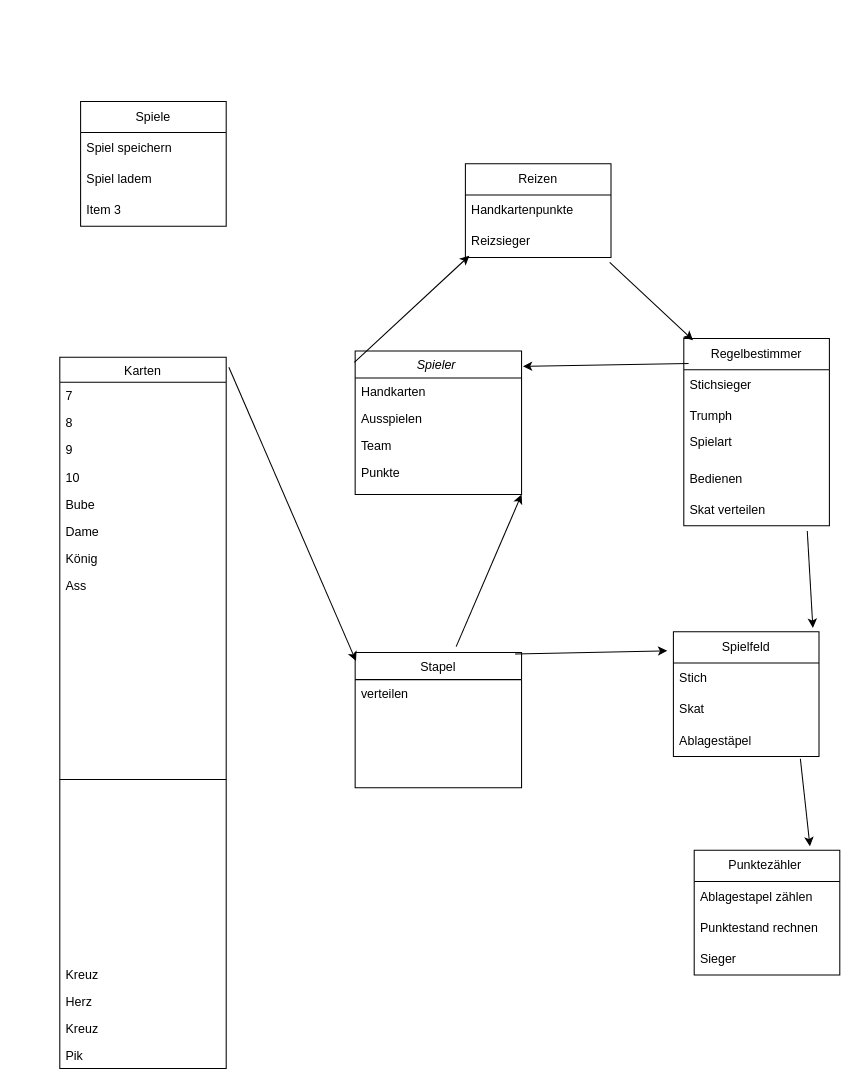
Above: Struktur.drawio in stefreschke/hwr-oop-project-template (draw.io), before the change. Source tidied: cells renumbered, new cells numbered last; positions are measured from the earlier drawing's top-left corner, leaving out a move shared by most shapes. Both pictures are drawn from the tidied source at 104%, with x=0, y=0 at pixel (59, 101).
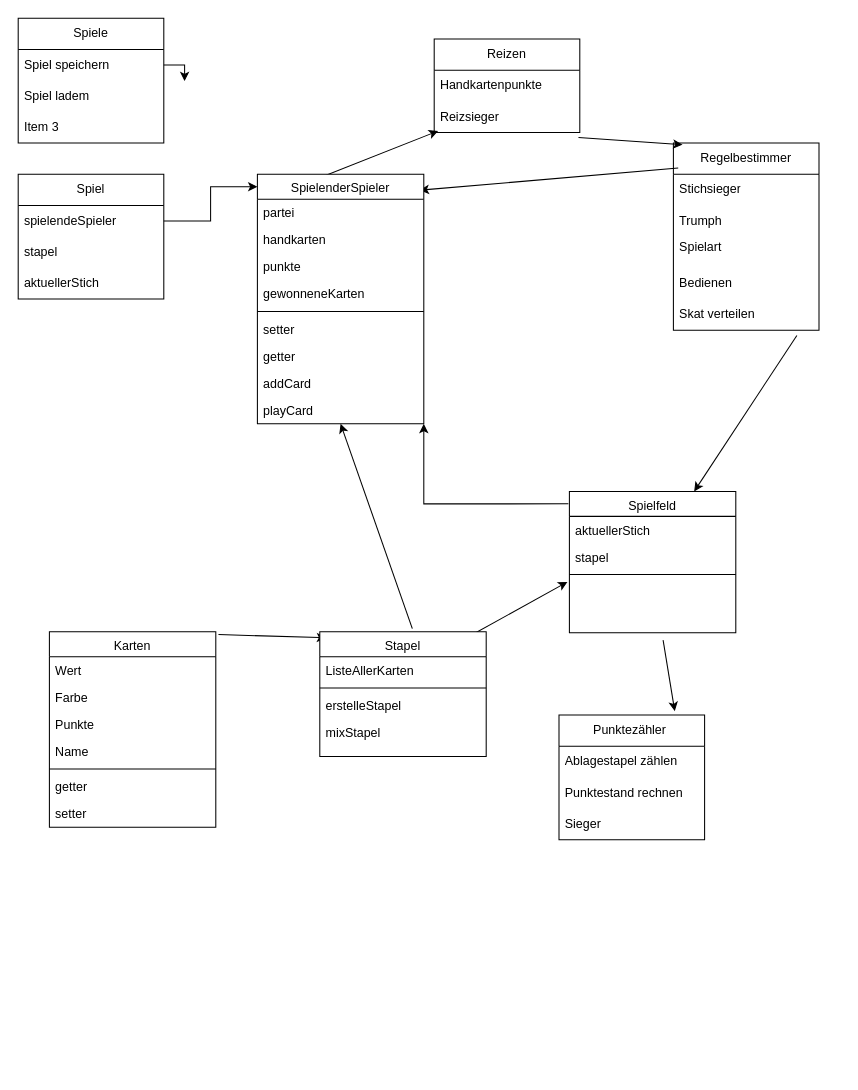
Above is the later version.

Commit message:
klassen verbessert

Unchanged cells that the change refers to:
```xml
<mxCell id="36" value="Skat verteilen" style="text;strokeColor=none;fillColor=none;align=left;verticalAlign=middle;spacingLeft=4;spacingRight=4;overflow=hidden;points=[[0,0.5],[1,0.5]];portConstraint=eastwest;whiteSpace=wrap;html=1;" parent="31" vertex="1">
  <mxGeometry y="150" width="140" height="30" as="geometry" />
</mxCell>
<mxCell id="39" value="Reizsieger" style="text;strokeColor=none;fillColor=none;align=left;verticalAlign=middle;spacingLeft=4;spacingRight=4;overflow=hidden;points=[[0,0.5],[1,0.5]];portConstraint=eastwest;whiteSpace=wrap;html=1;" parent="37" vertex="1">
  <mxGeometry y="60" width="140" height="30" as="geometry" />
</mxCell>
<mxCell id="49" value="Spiel speichern" style="text;strokeColor=none;fillColor=none;align=left;verticalAlign=middle;spacingLeft=4;spacingRight=4;overflow=hidden;points=[[0,0.5],[1,0.5]];portConstraint=eastwest;whiteSpace=wrap;html=1;" parent="48" vertex="1">
  <mxGeometry y="30" width="140" height="30" as="geometry" />
</mxCell>
```

Diff of the diagram source:
```diff
@@
-    <mxCell id="2" value="Spieler " style="swimlane;fontStyle=2;align=center;verticalAlign=top;horizontal=1;startSize=26;rounded=0;shadow=0;strokeWidth=1;" parent="1" vertex="1">
-      <mxGeometry x="284" y="240" width="160" height="138" as="geometry" />
-    </mxCell>
-    <mxCell id="3" value="Handkarten" style="text;align=left;verticalAlign=top;spacingLeft=4;spacingRight=4;overflow=hidden;" parent="2" vertex="1">
-      <mxGeometry y="26" width="160" height="26" as="geometry" />
-    </mxCell>
-    <mxCell id="4" value="Ausspielen" style="text;align=left;verticalAlign=top;spacingLeft=4;spacingRight=4;overflow=hidden;rounded=0;shadow=0;html=0;" parent="2" vertex="1">
-      <mxGeometry y="52" width="160" height="26" as="geometry" />
-    </mxCell>
-    <mxCell id="5" value="Team" style="text;align=left;verticalAlign=top;spacingLeft=4;spacingRight=4;overflow=hidden;rounded=0;shadow=0;html=0;" parent="2" vertex="1">
-      <mxGeometry y="78" width="160" height="26" as="geometry" />
-    </mxCell>
-    <mxCell id="6" value="Punkte" style="text;align=left;verticalAlign=top;spacingLeft=4;spacingRight=4;overflow=hidden;" parent="2" vertex="1">
-      <mxGeometry y="104" width="160" height="26" as="geometry" />
-    </mxCell>
     <mxCell id="7" value="Karten" style="swimlane;fontStyle=0;align=center;verticalAlign=top;horizontal=1;startSize=24;rounded=0;shadow=0;strokeWidth=1;" parent="1" vertex="1">
-      <mxGeometry y="246" width="160" height="684" as="geometry" />
+      <mxGeometry x="-10" y="510" width="160" height="188" as="geometry" />
     </mxCell>
-    <mxCell id="8" value="7" style="text;align=left;verticalAlign=top;spacingLeft=4;spacingRight=4;overflow=hidden;" parent="7" vertex="1">
+    <mxCell id="8" value="Wert" style="text;align=left;verticalAlign=top;spacingLeft=4;spacingRight=4;overflow=hidden;" parent="7" vertex="1">
       <mxGeometry y="24" width="160" height="26" as="geometry" />
     </mxCell>
-    <mxCell id="9" value="8" style="text;align=left;verticalAlign=top;spacingLeft=4;spacingRight=4;overflow=hidden;rounded=0;shadow=0;html=0;" parent="7" vertex="1">
+    <mxCell id="9" value="Farbe" style="text;align=left;verticalAlign=top;spacingLeft=4;spacingRight=4;overflow=hidden;rounded=0;shadow=0;html=0;" parent="7" vertex="1">
       <mxGeometry y="50" width="160" height="26" as="geometry" />
     </mxCell>
-    <mxCell id="10" value="9" style="text;align=left;verticalAlign=top;spacingLeft=4;spacingRight=4;overflow=hidden;rounded=0;shadow=0;html=0;" parent="7" vertex="1">
-      <mxGeometry y="76" width="160" height="26" as="geometry" />
-    </mxCell>
-    <mxCell id="11" value="10" style="text;align=left;verticalAlign=top;spacingLeft=4;spacingRight=4;overflow=hidden;rounded=0;shadow=0;html=0;" parent="7" vertex="1">
-      <mxGeometry y="102" width="160" height="26" as="geometry" />
-    </mxCell>
-    <mxCell id="12" value="Bube" style="text;align=left;verticalAlign=top;spacingLeft=4;spacingRight=4;overflow=hidden;rounded=0;shadow=0;html=0;" parent="7" vertex="1">
-      <mxGeometry y="128" width="160" height="26" as="geometry" />
-    </mxCell>
-    <mxCell id="13" value="Dame" style="text;align=left;verticalAlign=top;spacingLeft=4;spacingRight=4;overflow=hidden;rounded=0;shadow=0;html=0;" parent="7" vertex="1">
-      <mxGeometry y="154" width="160" height="26" as="geometry" />
-    </mxCell>
-    <mxCell id="14" value="König" style="text;align=left;verticalAlign=top;spacingLeft=4;spacingRight=4;overflow=hidden;rounded=0;shadow=0;html=0;" parent="7" vertex="1">
-      <mxGeometry y="180" width="160" height="26" as="geometry" />
-    </mxCell>
-    <mxCell id="15" value="Ass" style="text;align=left;verticalAlign=top;spacingLeft=4;spacingRight=4;overflow=hidden;rounded=0;shadow=0;html=0;" parent="7" vertex="1">
-      <mxGeometry y="206" width="160" height="26" as="geometry" />
-    </mxCell>
+    <mxCell id="6" value="Punkte" style="text;align=left;verticalAlign=top;spacingLeft=4;spacingRight=4;overflow=hidden;rounded=0;shadow=0;html=0;" parent="7" vertex="1">
+      <mxGeometry y="76" width="160" height="26" as="geometry" />
+    </mxCell>
+    <mxCell id="52" value="Name" style="text;align=left;verticalAlign=top;spacingLeft=4;spacingRight=4;overflow=hidden;rounded=0;shadow=0;html=0;" parent="7" vertex="1">
+      <mxGeometry y="102" width="160" height="26" as="geometry" />
+    </mxCell>
     <mxCell id="16" style="line;html=1;strokeWidth=1;align=left;verticalAlign=middle;spacingTop=-1;spacingLeft=3;spacingRight=3;labelPosition=right;" parent="7" vertex="1">
-      <mxGeometry y="232" width="160" height="348" as="geometry" />
+      <mxGeometry y="128" width="160" height="8" as="geometry" />
     </mxCell>
-    <mxCell id="17" value="Kreuz" style="text;align=left;verticalAlign=top;spacingLeft=4;spacingRight=4;overflow=hidden;fontStyle=0;" parent="7" vertex="1">
-      <mxGeometry y="580" width="160" height="26" as="geometry" />
-    </mxCell>
-    <mxCell id="18" value="Herz" style="text;align=left;verticalAlign=top;spacingLeft=4;spacingRight=4;overflow=hidden;" parent="7" vertex="1">
-      <mxGeometry y="606" width="160" height="26" as="geometry" />
-    </mxCell>
-    <mxCell id="19" value="Kreuz" style="text;align=left;verticalAlign=top;spacingLeft=4;spacingRight=4;overflow=hidden;" parent="7" vertex="1">
-      <mxGeometry y="632" width="160" height="26" as="geometry" />
-    </mxCell>
-    <mxCell id="20" value="Pik" style="text;align=left;verticalAlign=top;spacingLeft=4;spacingRight=4;overflow=hidden;" parent="7" vertex="1">
-      <mxGeometry y="658" width="160" height="26" as="geometry" />
+    <mxCell id="20" value="getter" style="text;align=left;verticalAlign=top;spacingLeft=4;spacingRight=4;overflow=hidden;" parent="7" vertex="1">
+      <mxGeometry y="136" width="160" height="26" as="geometry" />
     </mxCell>
-    <mxCell id="21" value="Stapel" style="swimlane;fontStyle=0;align=center;verticalAlign=top;horizontal=1;startSize=26;rounded=0;shadow=0;strokeWidth=1;" parent="1" vertex="1">
-      <mxGeometry x="284" y="530" width="160" height="130" as="geometry" />
-    </mxCell>
-    <mxCell id="22" value="verteilen" style="text;align=left;verticalAlign=top;spacingLeft=4;spacingRight=4;overflow=hidden;" parent="21" vertex="1">
-      <mxGeometry y="26" width="160" height="26" as="geometry" />
-    </mxCell>
-    <mxCell id="23" value="Spielfeld" style="swimlane;fontStyle=0;horizontal=1;startSize=30;whiteSpace=wrap;html=1;" parent="1" vertex="1">
-      <mxGeometry x="590" y="510" width="140" height="120" as="geometry" />
-    </mxCell>
-    <mxCell id="24" value="Stich" style="text;strokeColor=none;fillColor=none;align=left;verticalAlign=middle;spacingLeft=4;spacingRight=4;overflow=hidden;whiteSpace=wrap;html=1;" parent="23" vertex="1">
-      <mxGeometry y="30" width="140" height="30" as="geometry" />
-    </mxCell>
-    <mxCell id="25" value="Skat" style="text;strokeColor=none;fillColor=none;align=left;verticalAlign=middle;spacingLeft=4;spacingRight=4;overflow=hidden;whiteSpace=wrap;html=1;" parent="23" vertex="1">
-      <mxGeometry y="60" width="140" height="30" as="geometry" />
-    </mxCell>
-    <mxCell id="26" value="Ablagestäpel" style="text;strokeColor=none;fillColor=none;align=left;verticalAlign=middle;spacingLeft=4;spacingRight=4;overflow=hidden;points=[[0,0.5],[1,0.5]];portConstraint=eastwest;whiteSpace=wrap;html=1;" parent="23" vertex="1">
-      <mxGeometry y="90" width="140" height="30" as="geometry" />
-    </mxCell>
+    <mxCell id="53" value="setter" style="text;align=left;verticalAlign=top;spacingLeft=4;spacingRight=4;overflow=hidden;" parent="7" vertex="1">
+      <mxGeometry y="162" width="160" height="26" as="geometry" />
+    </mxCell>
+    <mxCell id="54" style="edgeStyle=orthogonalEdgeStyle;rounded=0;jettySize=auto;html=1;entryX=1;entryY=1;entryDx=0;entryDy=0;exitX=-0.006;exitY=0.088;exitDx=0;exitDy=0;exitPerimeter=0;" parent="1" edge="1" source="23" target="60">
+      <mxGeometry relative="1" as="geometry" />
+    </mxCell>
     <mxCell id="27" value="Punktezähler&amp;nbsp;" style="swimlane;fontStyle=0;horizontal=1;startSize=30;whiteSpace=wrap;html=1;" parent="1" vertex="1">
-      <mxGeometry x="610" y="720" width="140" height="120" as="geometry" />
+      <mxGeometry x="480" y="590" width="140" height="120" as="geometry" />
     </mxCell>
@@
     <mxCell id="31" value="Regelbestimmer" style="swimlane;fontStyle=0;horizontal=1;startSize=30;whiteSpace=wrap;html=1;" parent="1" vertex="1">
-      <mxGeometry x="600" y="228" width="140" height="180" as="geometry" />
+      <mxGeometry x="590" y="40" width="140" height="180" as="geometry" />
     </mxCell>
@@
     <mxCell id="37" value="Reizen" style="swimlane;fontStyle=0;horizontal=1;startSize=30;whiteSpace=wrap;html=1;" parent="1" vertex="1">
-      <mxGeometry x="390" y="60" width="140" height="90" as="geometry" />
+      <mxGeometry x="360" y="-60" width="140" height="90" as="geometry" />
     </mxCell>
@@
-    <mxCell id="40" style="endArrow=classic;html=1;rounded=0;exitX=1.016;exitY=0.014;exitDx=0;exitDy=0;exitPerimeter=0;entryX=0.005;entryY=0.062;entryDx=0;entryDy=0;entryPerimeter=0;" parent="1" edge="1" source="7" target="21">
+    <mxCell id="40" style="endArrow=classic;html=1;rounded=0;exitX=1.016;exitY=0.014;exitDx=0;exitDy=0;exitPerimeter=0;entryX=0.038;entryY=0.048;entryDx=0;entryDy=0;entryPerimeter=0;" parent="1" edge="1" source="7" target="21">
       <mxGeometry relative="1" as="geometry" />
     </mxCell>
-    <mxCell id="41" style="endArrow=classic;html=1;rounded=0;exitX=0.607;exitY=-0.044;exitDx=0;exitDy=0;exitPerimeter=0;entryX=1;entryY=1;entryDx=0;entryDy=0;" parent="1" edge="1" source="21" target="2">
+    <mxCell id="41" style="endArrow=classic;html=1;rounded=0;exitX=0.556;exitY=-0.025;exitDx=0;exitDy=0;exitPerimeter=0;entryX=0.5;entryY=1;entryDx=0;entryDy=0;" parent="1" edge="1" source="21" target="60">
       <mxGeometry relative="1" as="geometry" />
     </mxCell>
-    <mxCell id="42" style="endArrow=classic;html=1;rounded=0;exitX=0.961;exitY=0.01;exitDx=0;exitDy=0;exitPerimeter=0;entryX=-0.042;entryY=0.152;entryDx=0;entryDy=0;entryPerimeter=0;" parent="1" edge="1" source="21" target="23">
-      <mxGeometry relative="1" as="geometry" />
+    <mxCell id="42" style="endArrow=classic;html=1;rounded=0;exitX=0.869;exitY=0.058;exitDx=0;exitDy=0;exitPerimeter=0;entryX=-0.012;entryY=0.115;entryDx=0;entryDy=0;entryPerimeter=0;" parent="1" edge="1" source="21">
+      <mxGeometry relative="1" as="geometry">
+        <mxPoint x="488.1" y="462" as="targetPoint" />
+      </mxGeometry>
     </mxCell>
-    <mxCell id="43" style="endArrow=classic;html=1;rounded=0;entryX=0.795;entryY=-0.031;entryDx=0;entryDy=0;entryPerimeter=0;exitX=0.872;exitY=1.067;exitDx=0;exitDy=0;exitPerimeter=0;" parent="1" edge="1" source="26" target="27">
-      <mxGeometry relative="1" as="geometry" />
+    <mxCell id="43" style="endArrow=classic;html=1;rounded=0;entryX=0.795;entryY=-0.031;entryDx=0;entryDy=0;entryPerimeter=0;exitX=0.563;exitY=1.269;exitDx=0;exitDy=0;exitPerimeter=0;" parent="1" edge="1" target="27">
+      <mxGeometry relative="1" as="geometry">
+        <mxPoint x="580.1" y="518" as="sourcePoint" />
+      </mxGeometry>
     </mxCell>
-    <mxCell id="44" style="endArrow=classic;html=1;rounded=0;entryX=0.027;entryY=0.947;entryDx=0;entryDy=0;entryPerimeter=0;exitX=-0.005;exitY=0.08;exitDx=0;exitDy=0;exitPerimeter=0;" parent="1" edge="1" source="2" target="39">
+    <mxCell id="44" style="endArrow=classic;html=1;rounded=0;entryX=0.027;entryY=0.947;entryDx=0;entryDy=0;entryPerimeter=0;exitX=0.325;exitY=0.027;exitDx=0;exitDy=0;exitPerimeter=0;" parent="1" edge="1" source="60" target="39">
       <mxGeometry relative="1" as="geometry" />
     </mxCell>
-    <mxCell id="45" style="endArrow=classic;html=1;rounded=0;exitX=0.848;exitY=1.169;exitDx=0;exitDy=0;exitPerimeter=0;entryX=0.958;entryY=-0.031;entryDx=0;entryDy=0;entryPerimeter=0;" parent="1" edge="1" source="36" target="23">
+    <mxCell id="45" style="endArrow=classic;html=1;rounded=0;exitX=0.848;exitY=1.169;exitDx=0;exitDy=0;exitPerimeter=0;entryX=0.75;entryY=0;entryDx=0;entryDy=0;" parent="1" edge="1" source="36" target="23">
       <mxGeometry relative="1" as="geometry" />
     </mxCell>
-    <mxCell id="46" style="endArrow=classic;html=1;rounded=0;exitX=0.033;exitY=0.134;exitDx=0;exitDy=0;exitPerimeter=0;entryX=1.008;entryY=0.107;entryDx=0;entryDy=0;entryPerimeter=0;" parent="1" edge="1" source="31" target="2">
+    <mxCell id="46" style="endArrow=classic;html=1;rounded=0;exitX=0.033;exitY=0.134;exitDx=0;exitDy=0;exitPerimeter=0;entryX=0.975;entryY=0.064;entryDx=0;entryDy=0;entryPerimeter=0;" parent="1" edge="1" source="31" target="60">
       <mxGeometry relative="1" as="geometry" />
     </mxCell>
@@
     <mxCell id="48" value="Spiele" style="swimlane;fontStyle=0;horizontal=1;startSize=30;whiteSpace=wrap;html=1;" parent="1" vertex="1">
-      <mxGeometry x="20" width="140" height="120" as="geometry" />
+      <mxGeometry x="-40" y="-80" width="140" height="120" as="geometry" />
     </mxCell>
+    <mxCell id="55" style="edgeStyle=orthogonalEdgeStyle;rounded=0;jettySize=auto;html=1;" parent="48" edge="1" source="49">
+      <mxGeometry relative="1" as="geometry">
+        <mxPoint x="160" y="60" as="targetPoint" />
+      </mxGeometry>
+    </mxCell>
@@
+    <mxCell id="21" value="Stapel" style="swimlane;fontStyle=0;align=center;verticalAlign=top;horizontal=1;startSize=24;rounded=0;shadow=0;strokeWidth=1;" parent="1" vertex="1">
+      <mxGeometry x="250" y="510" width="160" height="120" as="geometry" />
+    </mxCell>
+    <mxCell id="56" value="ListeAllerKarten" style="text;align=left;verticalAlign=top;spacingLeft=4;spacingRight=4;overflow=hidden;" parent="21" vertex="1">
+      <mxGeometry y="24" width="160" height="26" as="geometry" />
+    </mxCell>
+    <mxCell id="57" style="line;html=1;strokeWidth=1;align=left;verticalAlign=middle;spacingTop=-1;spacingLeft=3;spacingRight=3;labelPosition=right;" parent="21" vertex="1">
+      <mxGeometry y="50" width="160" height="8" as="geometry" />
+    </mxCell>
+    <mxCell id="58" value="erstelleStapel" style="text;align=left;verticalAlign=top;spacingLeft=4;spacingRight=4;overflow=hidden;" parent="21" vertex="1">
+      <mxGeometry y="58" width="160" height="26" as="geometry" />
+    </mxCell>
+    <mxCell id="59" value="mixStapel" style="text;align=left;verticalAlign=top;spacingLeft=4;spacingRight=4;overflow=hidden;" parent="21" vertex="1">
+      <mxGeometry y="84" width="160" height="26" as="geometry" />
+    </mxCell>
+    <mxCell id="60" value="SpielenderSpieler" style="swimlane;fontStyle=0;align=center;verticalAlign=top;horizontal=1;startSize=24;rounded=0;shadow=0;strokeWidth=1;" parent="1" vertex="1">
+      <mxGeometry x="190" y="70" width="160" height="240" as="geometry" />
+    </mxCell>
+    <mxCell id="61" value="partei" style="text;align=left;verticalAlign=top;spacingLeft=4;spacingRight=4;overflow=hidden;rounded=0;shadow=0;html=0;" parent="60" vertex="1">
+      <mxGeometry y="24" width="160" height="26" as="geometry" />
+    </mxCell>
+    <mxCell id="62" value="handkarten" style="text;align=left;verticalAlign=top;spacingLeft=4;spacingRight=4;overflow=hidden;" parent="60" vertex="1">
+      <mxGeometry y="50" width="160" height="26" as="geometry" />
+    </mxCell>
+    <mxCell id="63" value="punkte" style="text;align=left;verticalAlign=top;spacingLeft=4;spacingRight=4;overflow=hidden;rounded=0;shadow=0;html=0;" parent="60" vertex="1">
+      <mxGeometry y="76" width="160" height="26" as="geometry" />
+    </mxCell>
+    <mxCell id="64" value="gewonneneKarten" style="text;align=left;verticalAlign=top;spacingLeft=4;spacingRight=4;overflow=hidden;rounded=0;shadow=0;html=0;" parent="60" vertex="1">
+      <mxGeometry y="102" width="160" height="26" as="geometry" />
+    </mxCell>
+    <mxCell id="65" style="line;html=1;strokeWidth=1;align=left;verticalAlign=middle;spacingTop=-1;spacingLeft=3;spacingRight=3;labelPosition=right;" parent="60" vertex="1">
+      <mxGeometry y="128" width="160" height="8" as="geometry" />
+    </mxCell>
+    <mxCell id="66" value="setter" style="text;align=left;verticalAlign=top;spacingLeft=4;spacingRight=4;overflow=hidden;" parent="60" vertex="1">
+      <mxGeometry y="136" width="160" height="26" as="geometry" />
+    </mxCell>
+    <mxCell id="67" value="getter" style="text;align=left;verticalAlign=top;spacingLeft=4;spacingRight=4;overflow=hidden;" parent="60" vertex="1">
+      <mxGeometry y="162" width="160" height="26" as="geometry" />
+    </mxCell>
+    <mxCell id="68" value="addCard" style="text;align=left;verticalAlign=top;spacingLeft=4;spacingRight=4;overflow=hidden;" parent="60" vertex="1">
+      <mxGeometry y="188" width="160" height="26" as="geometry" />
+    </mxCell>
+    <mxCell id="69" value="playCard" style="text;align=left;verticalAlign=top;spacingLeft=4;spacingRight=4;overflow=hidden;" parent="60" vertex="1">
+      <mxGeometry y="214" width="160" height="26" as="geometry" />
+    </mxCell>
+    <mxCell id="23" value="Spielfeld" style="swimlane;fontStyle=0;align=center;verticalAlign=top;horizontal=1;startSize=24;rounded=0;shadow=0;strokeWidth=1;" parent="1" vertex="1">
+      <mxGeometry x="490" y="375" width="160" height="136" as="geometry" />
+    </mxCell>
+    <mxCell id="70" value="aktuellerStich" style="text;align=left;verticalAlign=top;spacingLeft=4;spacingRight=4;overflow=hidden;" parent="23" vertex="1">
+      <mxGeometry y="24" width="160" height="26" as="geometry" />
+    </mxCell>
+    <mxCell id="71" value="stapel" style="text;align=left;verticalAlign=top;spacingLeft=4;spacingRight=4;overflow=hidden;" parent="23" vertex="1">
+      <mxGeometry y="50" width="160" height="26" as="geometry" />
+    </mxCell>
+    <mxCell id="72" style="line;html=1;strokeWidth=1;align=left;verticalAlign=middle;spacingTop=-1;spacingLeft=3;spacingRight=3;labelPosition=right;" parent="23" vertex="1">
+      <mxGeometry y="76" width="160" height="8" as="geometry" />
+    </mxCell>
+    <mxCell id="73" value="Spiel" style="swimlane;fontStyle=0;horizontal=1;startSize=30;whiteSpace=wrap;html=1;" parent="1" vertex="1">
+      <mxGeometry x="-40" y="70" width="140" height="120" as="geometry" />
+    </mxCell>
+    <mxCell id="74" value="&lt;div&gt;spielendeSpieler&lt;/div&gt;" style="text;strokeColor=none;fillColor=none;align=left;verticalAlign=middle;spacingLeft=4;spacingRight=4;overflow=hidden;points=[[0,0.5],[1,0.5]];portConstraint=eastwest;whiteSpace=wrap;html=1;" parent="73" vertex="1">
+      <mxGeometry y="30" width="140" height="30" as="geometry" />
+    </mxCell>
+    <mxCell id="75" value="stapel" style="text;strokeColor=none;fillColor=none;align=left;verticalAlign=middle;spacingLeft=4;spacingRight=4;overflow=hidden;whiteSpace=wrap;html=1;" parent="73" vertex="1">
+      <mxGeometry y="60" width="140" height="30" as="geometry" />
+    </mxCell>
+    <mxCell id="76" value="aktuellerStich" style="text;strokeColor=none;fillColor=none;align=left;verticalAlign=middle;spacingLeft=4;spacingRight=4;overflow=hidden;whiteSpace=wrap;html=1;" parent="73" vertex="1">
+      <mxGeometry y="90" width="140" height="30" as="geometry" />
+    </mxCell>
+    <mxCell id="77" style="edgeStyle=orthogonalEdgeStyle;rounded=0;jettySize=auto;html=1;entryX=0;entryY=0.05;entryDx=0;entryDy=0;entryPerimeter=0;" parent="1" edge="1" source="74" target="60">
+      <mxGeometry relative="1" as="geometry" />
+    </mxCell>
```
